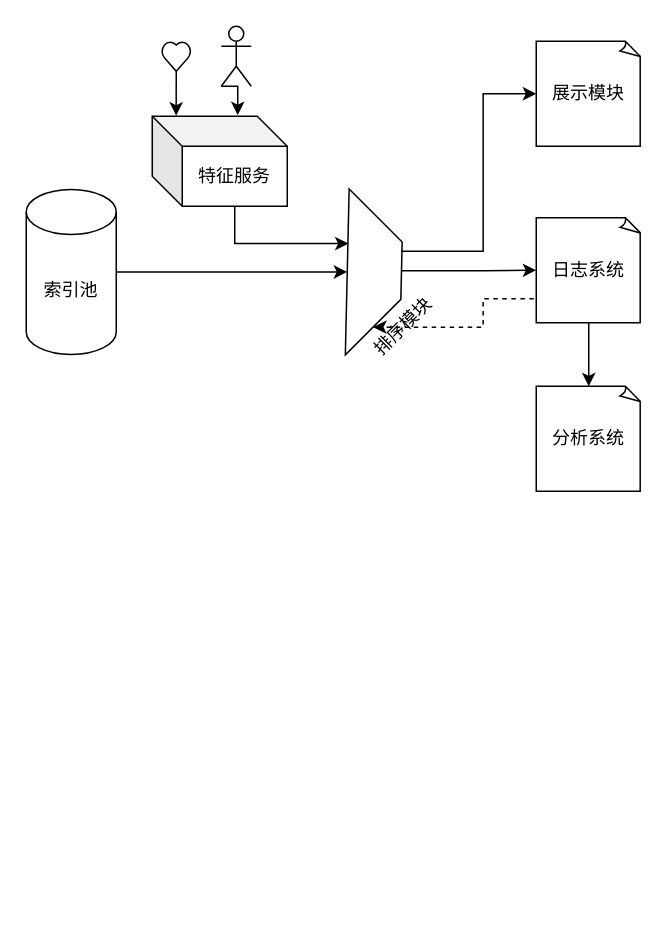
Earlier version of the draw.io diagram 未命名绘图.drawio (Xiaohu-D/-). Source tidied: cells renumbered, new cells numbered last; positions are measured from the earlier drawing's top-left corner, leaving out a move shared by most shapes. Both pictures are drawn from the tidied source at 150%, with x=0, y=0 at pixel (26, 26).
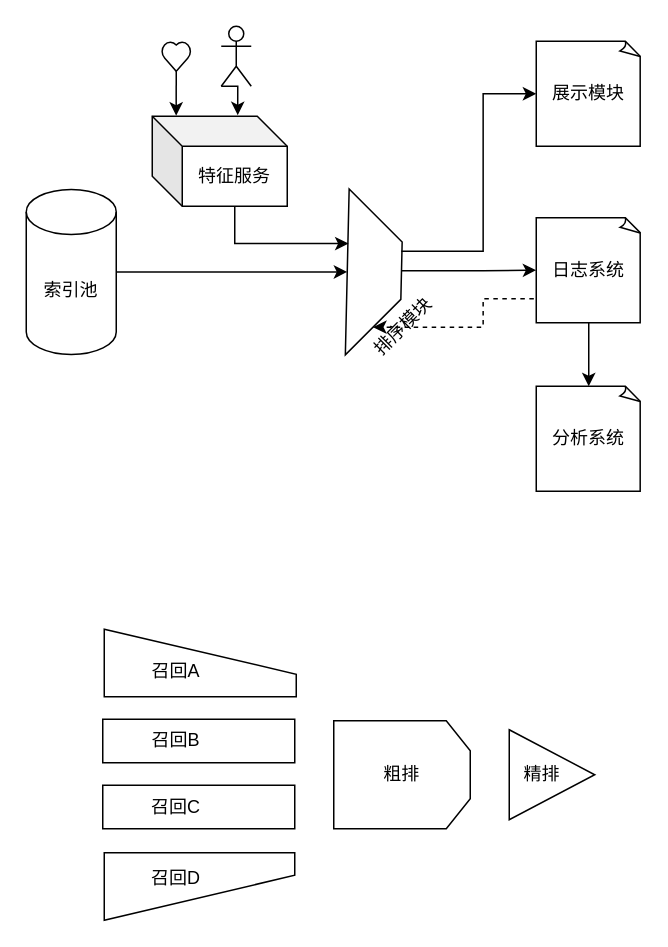
The same diagram, later.

Commit message (it also covers changes not shown here):
更新未命名绘图.drawio

What changed in the source:
```diff
@@
+    <mxCell id="18" style="rounded=0;whiteSpace=wrap;html=1;" parent="1" vertex="1">
+      <mxGeometry x="51" y="462" width="128" height="29" as="geometry" />
+    </mxCell>
+    <mxCell id="19" style="rounded=0;whiteSpace=wrap;html=1;" parent="1" vertex="1">
+      <mxGeometry x="51" y="506" width="128" height="29" as="geometry" />
+    </mxCell>
+    <mxCell id="20" style="shape=manualInput;whiteSpace=wrap;html=1;rotation=-180;" parent="1" vertex="1">
+      <mxGeometry x="52" y="551" width="127" height="45" as="geometry" />
+    </mxCell>
+    <mxCell id="21" style="shape=manualInput;whiteSpace=wrap;html=1;rotation=-180;flipH=0;flipV=1;direction=east;" parent="1" vertex="1">
+      <mxGeometry x="52" y="402" width="128" height="45" as="geometry" />
+    </mxCell>
+    <mxCell id="22" value="粗排" style="shape=loopLimit;whiteSpace=wrap;html=1;flipV=0;flipH=0;direction=south;" parent="1" vertex="1">
+      <mxGeometry x="205" y="463" width="91" height="72" as="geometry" />
+    </mxCell>
+    <mxCell id="23" style="triangle;whiteSpace=wrap;html=1;" parent="1" vertex="1">
+      <mxGeometry x="322" y="469" width="57" height="60" as="geometry" />
+    </mxCell>
+    <mxCell id="24" value="召回A" style="text;html=1;strokeColor=none;fillColor=none;align=center;verticalAlign=middle;whiteSpace=wrap;rounded=0;" parent="1" vertex="1">
+      <mxGeometry x="70" y="415" width="60" height="30" as="geometry" />
+    </mxCell>
+    <mxCell id="25" value="召回B" style="text;html=1;strokeColor=none;fillColor=none;align=center;verticalAlign=middle;whiteSpace=wrap;rounded=0;" parent="1" vertex="1">
+      <mxGeometry x="70" y="461" width="60" height="30" as="geometry" />
+    </mxCell>
+    <mxCell id="26" value="召回C" style="text;html=1;strokeColor=none;fillColor=none;align=center;verticalAlign=middle;whiteSpace=wrap;rounded=0;" parent="1" vertex="1">
+      <mxGeometry x="70" y="506" width="60" height="30" as="geometry" />
+    </mxCell>
+    <mxCell id="27" value="召回D" style="text;html=1;strokeColor=none;fillColor=none;align=center;verticalAlign=middle;whiteSpace=wrap;rounded=0;" parent="1" vertex="1">
+      <mxGeometry x="70" y="553" width="60" height="30" as="geometry" />
+    </mxCell>
+    <mxCell id="28" value="精排" style="text;html=1;strokeColor=none;fillColor=none;align=center;verticalAlign=middle;whiteSpace=wrap;rounded=0;" parent="1" vertex="1">
+      <mxGeometry x="314" y="484" width="60" height="30" as="geometry" />
+    </mxCell>
```
